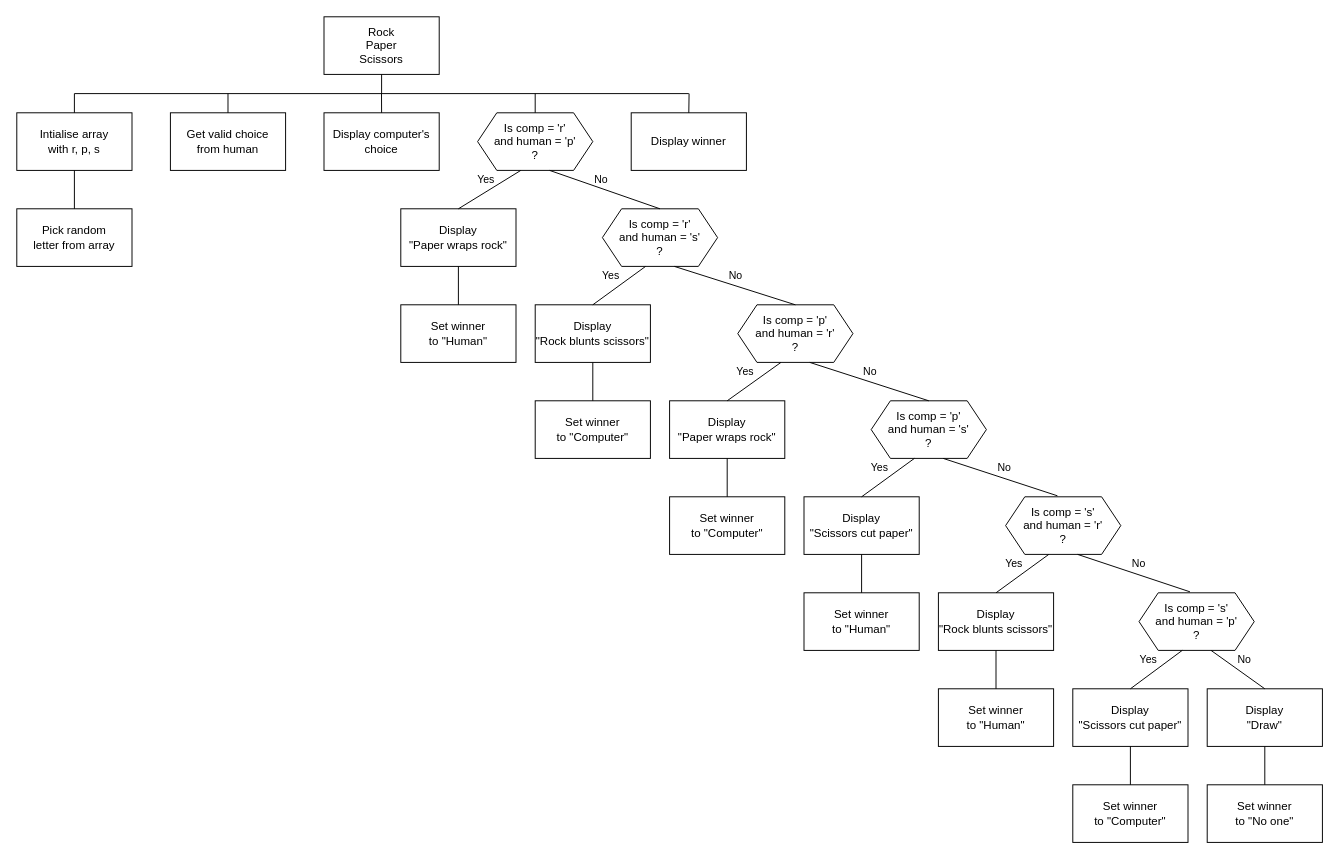
Above: page "sd7" (7 of 7) of n5-cs/sdd/N5-SDD-Chance/assets/N5 SDD Chance.drawio in MrFriendCS/MrFriendCS.github.io (draw.io), before the change. Source tidied: cells renumbered, new cells numbered last; positions are measured from the earlier drawing's top-left corner, leaving out a move shared by most shapes. Both pictures are drawn from the tidied source at 96%, with x=0, y=0 at pixel (16, 16).
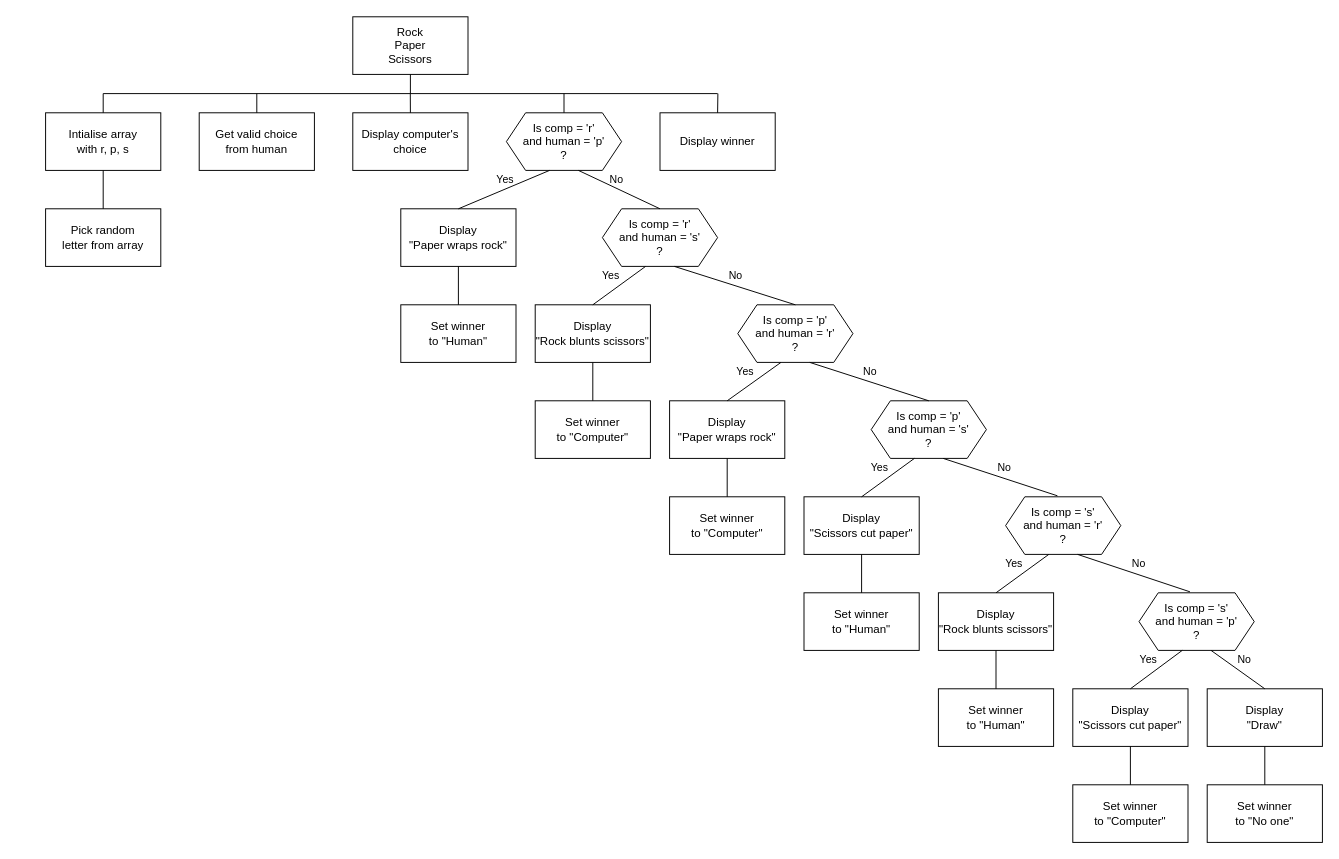
Above is the later version.

Diff of the diagram source:
```diff
@@
     <mxCell id="2" style="edgeStyle=none;shape=connector;rounded=0;jettySize=auto;html=1;exitX=0.5;exitY=1;exitDx=0;exitDy=0;strokeColor=default;align=center;verticalAlign=middle;fontFamily=Helvetica;fontSize=11;fontColor=default;labelBackgroundColor=default;endArrow=none;endFill=0;" parent="1" edge="1" source="4">
       <mxGeometry relative="1" as="geometry">
-        <mxPoint x="380" y="60" as="targetPoint" />
+        <mxPoint x="410" y="60" as="targetPoint" />
       </mxGeometry>
     </mxCell>
     <mxCell id="3" style="edgeStyle=orthogonalEdgeStyle;rounded=0;jettySize=auto;html=1;exitX=0.5;exitY=1;exitDx=0;exitDy=0;endArrow=none;endFill=0;" parent="1" edge="1" source="4">
       <mxGeometry relative="1" as="geometry">
-        <mxPoint x="380" y="80" as="targetPoint" />
+        <mxPoint x="410" y="80" as="targetPoint" />
       </mxGeometry>
     </mxCell>
     <mxCell id="4" value="Rock&lt;div&gt;Paper&lt;/div&gt;&lt;div&gt;Scissors&lt;/div&gt;" style="rounded=0;whiteSpace=wrap;html=1;fillColor=none;" parent="1" vertex="1">
-      <mxGeometry x="320" width="120" height="60" as="geometry" />
+      <mxGeometry x="350" width="120" height="60" as="geometry" />
     </mxCell>
@@
     <mxCell id="6" value="Pick random&lt;div&gt;letter from array&lt;/div&gt;" style="rounded=0;whiteSpace=wrap;html=1;fillColor=none;" parent="1" vertex="1">
-      <mxGeometry y="200" width="120" height="60" as="geometry" />
+      <mxGeometry x="30" y="200" width="120" height="60" as="geometry" />
     </mxCell>
     <mxCell id="7" style="edgeStyle=orthogonalEdgeStyle;shape=connector;rounded=0;jettySize=auto;html=1;exitX=0.5;exitY=0;exitDx=0;exitDy=0;strokeColor=default;align=center;verticalAlign=middle;fontFamily=Helvetica;fontSize=11;fontColor=default;labelBackgroundColor=default;endArrow=none;endFill=0;" parent="1" edge="1" source="8">
       <mxGeometry relative="1" as="geometry">
-        <mxPoint x="220" y="80" as="targetPoint" />
+        <mxPoint x="250" y="80" as="targetPoint" />
       </mxGeometry>
     </mxCell>
     <mxCell id="8" value="Get valid choice&lt;div&gt;from human&lt;/div&gt;" style="rounded=0;whiteSpace=wrap;html=1;fillColor=none;" parent="1" vertex="1">
-      <mxGeometry x="160" y="100" width="120" height="60" as="geometry" />
+      <mxGeometry x="190" y="100" width="120" height="60" as="geometry" />
     </mxCell>
@@
     <mxCell id="11" style="edgeStyle=orthogonalEdgeStyle;rounded=0;jettySize=auto;html=1;exitX=0.5;exitY=0;exitDx=0;exitDy=0;endArrow=none;endFill=0;" parent="1" edge="1" source="12">
       <mxGeometry relative="1" as="geometry">
-        <mxPoint x="540" y="80" as="targetPoint" />
+        <mxPoint x="570" y="80" as="targetPoint" />
       </mxGeometry>
     </mxCell>
     <mxCell id="12" value="Is comp = 'r'&lt;div&gt;and human = 'p'&lt;/div&gt;&lt;div&gt;?&lt;/div&gt;" style="shape=hexagon;perimeter=hexagonPerimeter2;whiteSpace=wrap;html=1;fixedSize=1;fillColor=none;" parent="1" vertex="1">
-      <mxGeometry x="480" y="100" width="120" height="60" as="geometry" />
+      <mxGeometry x="510" y="100" width="120" height="60" as="geometry" />
     </mxCell>
@@
     <mxCell id="15" style="endArrow=none;html=1;rounded=0;strokeColor=default;align=center;verticalAlign=middle;fontFamily=Helvetica;fontSize=11;fontColor=default;labelBackgroundColor=default;" parent="1" edge="1">
       <mxGeometry relative="1" as="geometry">
-        <mxPoint x="60" y="80" as="sourcePoint" />
-        <mxPoint x="700" y="80" as="targetPoint" />
+        <mxPoint x="90" y="80" as="sourcePoint" />
+        <mxPoint x="730" y="80" as="targetPoint" />
       </mxGeometry>
     </mxCell>
     <mxCell id="16" value="&lt;span&gt;Yes&lt;/span&gt;" style="text;html=1;align=right;verticalAlign=middle;whiteSpace=wrap;rounded=0;fontFamily=Helvetica;fontSize=11;fontColor=default;labelBackgroundColor=none;" parent="1" vertex="1">
-      <mxGeometry x="470" y="160" width="30" height="20" as="geometry" />
+      <mxGeometry x="490" y="160" width="30" height="20" as="geometry" />
     </mxCell>
-    <mxCell id="17" value="No" style="text;html=1;align=left;verticalAlign=middle;whiteSpace=wrap;rounded=0;fontFamily=Helvetica;fontSize=11;fontColor=default;labelBackgroundColor=none;" parent="1" vertex="1">
-      <mxGeometry x="600" y="160" width="30" height="20" as="geometry" />
+    <mxCell id="17" value="No" style="text;html=1;align=center;verticalAlign=middle;whiteSpace=wrap;rounded=0;fontFamily=Helvetica;fontSize=11;fontColor=default;labelBackgroundColor=none;" parent="1" vertex="1">
+      <mxGeometry x="610" y="160" width="30" height="20" as="geometry" />
     </mxCell>
@@
     <mxCell id="62" style="edgeStyle=none;shape=connector;rounded=0;jettySize=auto;html=1;exitX=0.5;exitY=0;exitDx=0;exitDy=0;strokeColor=default;align=center;verticalAlign=middle;fontFamily=Helvetica;fontSize=11;fontColor=default;labelBackgroundColor=default;endArrow=none;endFill=0;" parent="1" edge="1" source="63">
       <mxGeometry relative="1" as="geometry">
-        <mxPoint x="700.3" y="80" as="targetPoint" />
+        <mxPoint x="730.3" y="80" as="targetPoint" />
       </mxGeometry>
     </mxCell>
     <mxCell id="63" value="&lt;font style=&quot;font-size: 12px;&quot;&gt;Display winner&lt;/font&gt;" style="rounded=0;whiteSpace=wrap;html=1;fontFamily=Helvetica;fontSize=11;fontColor=default;labelBackgroundColor=none;fillColor=none;" parent="1" vertex="1">
-      <mxGeometry x="640" y="100" width="120" height="60" as="geometry" />
+      <mxGeometry x="670" y="100" width="120" height="60" as="geometry" />
     </mxCell>
     <mxCell id="64" style="edgeStyle=orthogonalEdgeStyle;shape=connector;rounded=0;jettySize=auto;html=1;exitX=0.5;exitY=0;exitDx=0;exitDy=0;strokeColor=default;align=center;verticalAlign=middle;fontFamily=Helvetica;fontSize=11;fontColor=default;labelBackgroundColor=default;endArrow=none;endFill=0;" parent="1" edge="1" source="65">
       <mxGeometry relative="1" as="geometry">
-        <mxPoint x="60" y="80" as="targetPoint" />
+        <mxPoint x="90" y="80" as="targetPoint" />
       </mxGeometry>
     </mxCell>
     <mxCell id="65" value="Intialise array&lt;div&gt;with r, p, s&lt;/div&gt;" style="rounded=0;whiteSpace=wrap;html=1;fillColor=none;" parent="1" vertex="1">
-      <mxGeometry y="100" width="120" height="60" as="geometry" />
+      <mxGeometry x="30" y="100" width="120" height="60" as="geometry" />
     </mxCell>
     <mxCell id="66" style="edgeStyle=orthogonalEdgeStyle;rounded=0;jettySize=auto;html=1;exitX=0.5;exitY=0;exitDx=0;exitDy=0;endArrow=none;endFill=0;" parent="1" edge="1" source="67">
       <mxGeometry relative="1" as="geometry">
-        <mxPoint x="379.9" y="80" as="targetPoint" />
+        <mxPoint x="409.9" y="80" as="targetPoint" />
       </mxGeometry>
     </mxCell>
     <mxCell id="67" value="&lt;font style=&quot;font-size: 12px;&quot;&gt;Display computer's&lt;/font&gt;&lt;div&gt;&lt;font style=&quot;font-size: 12px;&quot;&gt;choice&lt;/font&gt;&lt;/div&gt;" style="rounded=0;whiteSpace=wrap;html=1;fontFamily=Helvetica;fontSize=11;fontColor=default;labelBackgroundColor=none;fillColor=none;" parent="1" vertex="1">
-      <mxGeometry x="320" y="100" width="120" height="60" as="geometry" />
+      <mxGeometry x="350" y="100" width="120" height="60" as="geometry" />
     </mxCell>
```
